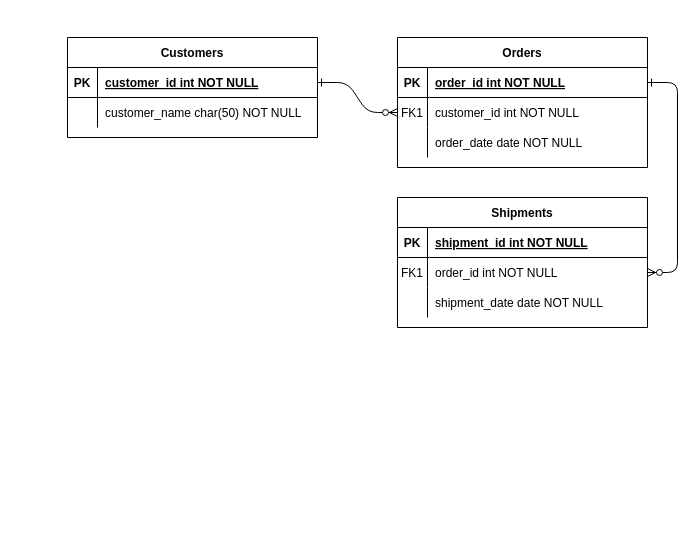
This is Diagrama sem nome.drawio from Leonardo-dSouza/meuprojetogit, a draw.io file, before an edit. Source tidied: cells renumbered, new cells numbered last; positions are measured from the earlier drawing's top-left corner, leaving out a move shared by most shapes. Both pictures are drawn from the tidied source at 100%, with x=0, y=0 at pixel (67, 37).
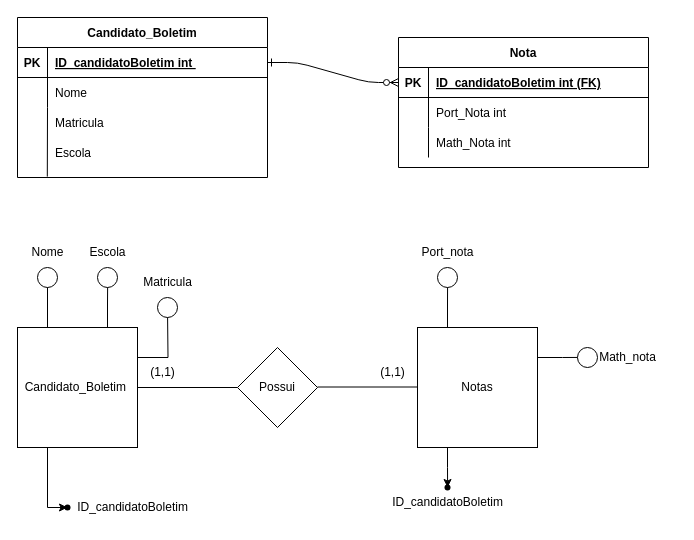
Above is the later version.

Unchanged cells that the change refers to:
```xml
<mxCell id="5" style="shape=partialRectangle;fillColor=none;points=[[0,0.5],[1,0.5]];portConstraint=eastwest;top=0;left=0;right=0;bottom=1;" parent="4" vertex="1">
  <mxGeometry y="30" width="250" height="30" as="geometry" />
</mxCell>
<mxCell id="8" style="shape=partialRectangle;fillColor=none;points=[[0,0.5],[1,0.5]];portConstraint=eastwest;top=0;left=0;right=0;bottom=0;" parent="4" vertex="1">
  <mxGeometry y="60" width="250" height="30" as="geometry" />
</mxCell>
<mxCell id="11" style="shape=partialRectangle;fillColor=none;top=0;left=0;right=0;bottom=0;" parent="4" vertex="1">
  <mxGeometry y="90" width="250" height="30" as="geometry" />
</mxCell>
<mxCell id="25" style="shape=partialRectangle;fillColor=none;points=[[0,0.5],[1,0.5]];portConstraint=eastwest;top=0;left=0;right=0;bottom=1;" parent="24" vertex="1">
  <mxGeometry y="30" width="250" height="30" as="geometry" />
</mxCell>
<mxCell id="28" style="shape=partialRectangle;fillColor=none;top=0;left=0;right=0;bottom=0;" parent="24" vertex="1">
  <mxGeometry y="60" width="250" height="30" as="geometry" />
</mxCell>
```

What changed in the source:
```diff
@@
-    <mxCell id="2" style="edgeStyle=entityRelationEdgeStyle;endArrow=ERzeroToMany;startArrow=ERone;endFill=1;startFill=0;" parent="1" edge="1" source="25" target="8">
+    <mxCell id="2" style="edgeStyle=entityRelationEdgeStyle;endArrow=ERzeroToMany;startArrow=ERone;endFill=1;startFill=0;entryX=0;entryY=0.5;entryDx=0;entryDy=0;exitX=1;exitY=0.5;exitDx=0;exitDy=0;" parent="1" edge="1" source="25" target="5">
       <mxGeometry relative="1" as="geometry" />
     </mxCell>
-    <mxCell id="3" style="edgeStyle=entityRelationEdgeStyle;endArrow=ERzeroToMany;startArrow=ERone;endFill=1;startFill=0;" parent="1" edge="1" source="5" target="18">
-      <mxGeometry relative="1" as="geometry" />
-    </mxCell>
-    <mxCell id="4" value="Orders" style="shape=table;startSize=30;childLayout=tableLayout;rowLines=0;fontStyle=1;align=center;" parent="1" vertex="1">
-      <mxGeometry x="330" width="250" height="130" as="geometry" />
+    <mxCell id="4" value="Nota" style="shape=table;startSize=30;childLayout=tableLayout;rowLines=0;fontStyle=1;align=center;" parent="1" vertex="1">
+      <mxGeometry x="331" width="250" height="130" as="geometry" />
     </mxCell>
@@
-    <mxCell id="7" value="order_id int NOT NULL " style="shape=partialRectangle;overflow=hidden;fillColor=none;top=0;left=0;bottom=0;right=0;align=left;spacingLeft=6;fontStyle=5;" parent="5" vertex="1">
+    <mxCell id="7" value="ID_candidatoBoletim int (FK)" style="shape=partialRectangle;overflow=hidden;fillColor=none;top=0;left=0;bottom=0;right=0;align=left;spacingLeft=6;fontStyle=5;" parent="5" vertex="1">
       <mxGeometry x="30" width="220" height="30" as="geometry" />
     </mxCell>
@@
-    <mxCell id="9" value="FK1" style="shape=partialRectangle;overflow=hidden;fillColor=none;top=0;left=0;bottom=0;right=0;" parent="8" vertex="1">
+    <mxCell id="9" style="shape=partialRectangle;overflow=hidden;fillColor=none;top=0;left=0;bottom=0;right=0;" parent="8" vertex="1">
       <mxGeometry width="30" height="30" as="geometry" />
     </mxCell>
-    <mxCell id="10" value="customer_id int NOT NULL" style="shape=partialRectangle;overflow=hidden;fillColor=none;top=0;left=0;bottom=0;right=0;align=left;spacingLeft=6;" parent="8" vertex="1">
+    <mxCell id="10" value="Port_Nota int" style="shape=partialRectangle;overflow=hidden;fillColor=none;top=0;left=0;bottom=0;right=0;align=left;spacingLeft=6;" parent="8" vertex="1">
       <mxGeometry x="30" width="220" height="30" as="geometry" />
     </mxCell>
@@
-    <mxCell id="13" value="order_date date NOT NULL" style="shape=partialRectangle;overflow=hidden;fillColor=none;top=0;left=0;bottom=0;right=0;align=left;spacingLeft=6;" parent="11" vertex="1">
+    <mxCell id="13" value="Math_Nota int " style="shape=partialRectangle;overflow=hidden;fillColor=none;top=0;left=0;bottom=0;right=0;align=left;spacingLeft=6;" parent="11" vertex="1">
       <mxGeometry x="30" width="220" height="30" as="geometry" />
     </mxCell>
-    <mxCell id="14" value="Shipments" style="shape=table;startSize=30;childLayout=tableLayout;rowLines=0;fontStyle=1;align=center;" parent="1" vertex="1">
-      <mxGeometry x="330" y="160" width="250" height="130" as="geometry" />
-    </mxCell>
-    <mxCell id="15" style="shape=partialRectangle;fillColor=none;top=0;left=0;right=0;bottom=1;" parent="14" vertex="1">
-      <mxGeometry y="30" width="250" height="30" as="geometry" />
-    </mxCell>
-    <mxCell id="16" value="PK" style="shape=partialRectangle;overflow=hidden;fillColor=none;top=0;left=0;bottom=0;right=0;fontStyle=1;" parent="15" vertex="1">
-      <mxGeometry width="30" height="30" as="geometry" />
-    </mxCell>
-    <mxCell id="17" value="shipment_id int NOT NULL " style="shape=partialRectangle;overflow=hidden;fillColor=none;top=0;left=0;bottom=0;right=0;align=left;spacingLeft=6;fontStyle=5;" parent="15" vertex="1">
-      <mxGeometry x="30" width="220" height="30" as="geometry" />
-    </mxCell>
-    <mxCell id="18" style="shape=partialRectangle;fillColor=none;points=[[0,0.5],[1,0.5]];portConstraint=eastwest;top=0;left=0;right=0;bottom=0;" parent="14" vertex="1">
-      <mxGeometry y="60" width="250" height="30" as="geometry" />
-    </mxCell>
-    <mxCell id="19" value="FK1" style="shape=partialRectangle;overflow=hidden;fillColor=none;top=0;left=0;bottom=0;right=0;" parent="18" vertex="1">
-      <mxGeometry width="30" height="30" as="geometry" />
-    </mxCell>
-    <mxCell id="20" value="order_id int NOT NULL" style="shape=partialRectangle;overflow=hidden;fillColor=none;top=0;left=0;bottom=0;right=0;align=left;spacingLeft=6;" parent="18" vertex="1">
-      <mxGeometry x="30" width="220" height="30" as="geometry" />
-    </mxCell>
-    <mxCell id="21" style="shape=partialRectangle;fillColor=none;top=0;left=0;right=0;bottom=0;" parent="14" vertex="1">
-      <mxGeometry y="90" width="250" height="30" as="geometry" />
-    </mxCell>
-    <mxCell id="22" style="shape=partialRectangle;overflow=hidden;fillColor=none;top=0;left=0;bottom=0;right=0;" parent="21" vertex="1">
-      <mxGeometry width="30" height="30" as="geometry" />
-    </mxCell>
-    <mxCell id="23" value="shipment_date date NOT NULL" style="shape=partialRectangle;overflow=hidden;fillColor=none;top=0;left=0;bottom=0;right=0;align=left;spacingLeft=6;" parent="21" vertex="1">
-      <mxGeometry x="30" width="220" height="30" as="geometry" />
-    </mxCell>
-    <mxCell id="24" value="Customers" style="shape=table;startSize=30;childLayout=tableLayout;rowLines=0;fontStyle=1;align=center;" parent="1" vertex="1">
-      <mxGeometry width="250" height="100" as="geometry" />
+    <mxCell id="24" value="Candidato_Boletim" style="shape=table;startSize=30;childLayout=tableLayout;rowLines=0;fontStyle=1;align=center;" parent="1" vertex="1">
+      <mxGeometry x="-50" y="-20" width="250" height="160" as="geometry" />
     </mxCell>
@@
-    <mxCell id="27" value="customer_id int NOT NULL " style="shape=partialRectangle;overflow=hidden;fillColor=none;top=0;left=0;bottom=0;right=0;align=left;spacingLeft=6;fontStyle=5;" parent="25" vertex="1">
+    <mxCell id="27" value="ID_candidatoBoletim int " style="shape=partialRectangle;overflow=hidden;fillColor=none;top=0;left=0;bottom=0;right=0;align=left;spacingLeft=6;fontStyle=5;" parent="25" vertex="1">
       <mxGeometry x="30" width="220" height="30" as="geometry" />
     </mxCell>
@@
-    <mxCell id="30" value="customer_name char(50) NOT NULL" style="shape=partialRectangle;overflow=hidden;fillColor=none;top=0;left=0;bottom=0;right=0;align=left;spacingLeft=6;" parent="28" vertex="1">
+    <mxCell id="30" value="Nome " style="shape=partialRectangle;overflow=hidden;fillColor=none;top=0;left=0;bottom=0;right=0;align=left;spacingLeft=6;" parent="28" vertex="1">
       <mxGeometry x="30" width="220" height="30" as="geometry" />
     </mxCell>
+    <mxCell id="31" style="edgeStyle=orthogonalEdgeStyle;rounded=0;jettySize=auto;html=1;exitX=0.25;exitY=0;exitDx=0;exitDy=0;" parent="1" edge="1" source="35">
+      <mxGeometry relative="1" as="geometry">
+        <mxPoint x="-20" y="240" as="targetPoint" />
+      </mxGeometry>
+    </mxCell>
+    <mxCell id="32" style="edgeStyle=orthogonalEdgeStyle;rounded=0;jettySize=auto;html=1;exitX=0.25;exitY=1;exitDx=0;exitDy=0;" parent="1" edge="1" source="35">
+      <mxGeometry relative="1" as="geometry">
+        <mxPoint y="470" as="targetPoint" />
+        <Array as="points">
+          <mxPoint x="-20" y="470" />
+        </Array>
+      </mxGeometry>
+    </mxCell>
+    <mxCell id="33" style="edgeStyle=orthogonalEdgeStyle;rounded=0;jettySize=auto;html=1;exitX=0.75;exitY=0;exitDx=0;exitDy=0;" parent="1" edge="1" source="35">
+      <mxGeometry relative="1" as="geometry">
+        <mxPoint x="40.2" y="240" as="targetPoint" />
+      </mxGeometry>
+    </mxCell>
+    <mxCell id="34" style="edgeStyle=orthogonalEdgeStyle;rounded=0;jettySize=auto;html=1;exitX=1;exitY=0.25;exitDx=0;exitDy=0;" parent="1" edge="1" source="35">
+      <mxGeometry relative="1" as="geometry">
+        <mxPoint x="100" y="270" as="targetPoint" />
+      </mxGeometry>
+    </mxCell>
+    <mxCell id="35" value="Candidato_Boletim&amp;nbsp;" style="whiteSpace=wrap;html=1;" parent="1" vertex="1">
+      <mxGeometry x="-50" y="290" width="120" height="120" as="geometry" />
+    </mxCell>
+    <mxCell id="36" value="Possui" style="rhombus;whiteSpace=wrap;html=1;" parent="1" vertex="1">
+      <mxGeometry x="170" y="310" width="80" height="80" as="geometry" />
+    </mxCell>
+    <mxCell id="37" style="edgeStyle=orthogonalEdgeStyle;rounded=0;jettySize=auto;html=1;exitX=0.25;exitY=0;exitDx=0;exitDy=0;" parent="1" edge="1" source="40">
+      <mxGeometry relative="1" as="geometry">
+        <mxPoint x="380.1" y="240" as="targetPoint" />
+      </mxGeometry>
+    </mxCell>
+    <mxCell id="38" style="edgeStyle=orthogonalEdgeStyle;rounded=0;jettySize=auto;html=1;exitX=1;exitY=0.25;exitDx=0;exitDy=0;" parent="1" edge="1" source="40">
+      <mxGeometry relative="1" as="geometry">
+        <mxPoint x="520" y="319.9" as="targetPoint" />
+      </mxGeometry>
+    </mxCell>
+    <mxCell id="39" style="edgeStyle=orthogonalEdgeStyle;rounded=0;jettySize=auto;html=1;exitX=0.25;exitY=1;exitDx=0;exitDy=0;" parent="1" edge="1" source="40">
+      <mxGeometry relative="1" as="geometry">
+        <mxPoint x="380.1" y="450" as="targetPoint" />
+      </mxGeometry>
+    </mxCell>
+    <mxCell id="40" value="Notas" style="whiteSpace=wrap;html=1;" parent="1" vertex="1">
+      <mxGeometry x="350" y="290" width="120" height="120" as="geometry" />
+    </mxCell>
+    <mxCell id="41" style="endArrow=none;html=1;rounded=0;exitX=1;exitY=0.5;exitDx=0;exitDy=0;entryX=0;entryY=0.5;entryDx=0;entryDy=0;" parent="1" edge="1" source="35" target="36">
+      <mxGeometry relative="1" as="geometry" />
+    </mxCell>
+    <mxCell id="42" style="endArrow=none;html=1;rounded=0;exitX=1;exitY=0.5;exitDx=0;exitDy=0;entryX=0;entryY=0.5;entryDx=0;entryDy=0;" parent="1" edge="1">
+      <mxGeometry relative="1" as="geometry">
+        <mxPoint x="250" y="349.5" as="sourcePoint" />
+        <mxPoint x="350" y="349.5" as="targetPoint" />
+      </mxGeometry>
+    </mxCell>
+    <mxCell id="43" value="(1,1)" style="text;html=1;align=center;verticalAlign=middle;strokeColor=none;fillColor=none;" parent="1" vertex="1">
+      <mxGeometry x="70" y="320" width="50" height="30" as="geometry" />
+    </mxCell>
+    <mxCell id="44" value="(1,1)" style="text;html=1;align=center;verticalAlign=middle;strokeColor=none;fillColor=none;" parent="1" vertex="1">
+      <mxGeometry x="300" y="320" width="50" height="30" as="geometry" />
+    </mxCell>
+    <mxCell id="45" style="ellipse;whiteSpace=wrap;html=1;" parent="1" vertex="1">
+      <mxGeometry x="-30" y="230" width="20" height="20" as="geometry" />
+    </mxCell>
+    <mxCell id="46" value="Nome" style="text;html=1;align=center;verticalAlign=middle;strokeColor=none;fillColor=none;" parent="1" vertex="1">
+      <mxGeometry x="-50" y="200" width="60" height="30" as="geometry" />
+    </mxCell>
+    <mxCell id="47" style="shape=waypoint;sketch=0;fillStyle=solid;size=6;fillColor=none;perimeter=centerPerimeter;" parent="1" vertex="1">
+      <mxGeometry x="-10" y="460" width="20" height="20" as="geometry" />
+    </mxCell>
+    <mxCell id="48" value="ID_candidatoBoletim" style="text;html=1;align=center;verticalAlign=middle;strokeColor=none;fillColor=none;" parent="1" vertex="1">
+      <mxGeometry y="455" width="130" height="30" as="geometry" />
+    </mxCell>
+    <mxCell id="49" style="ellipse;whiteSpace=wrap;html=1;" parent="1" vertex="1">
+      <mxGeometry x="370" y="230" width="20" height="20" as="geometry" />
+    </mxCell>
+    <mxCell id="50" value="Port_nota" style="text;html=1;align=center;verticalAlign=middle;strokeColor=none;fillColor=none;" parent="1" vertex="1">
+      <mxGeometry x="340" y="200" width="80" height="30" as="geometry" />
+    </mxCell>
+    <mxCell id="51" style="ellipse;whiteSpace=wrap;html=1;" parent="1" vertex="1">
+      <mxGeometry x="510" y="310" width="20" height="20" as="geometry" />
+    </mxCell>
+    <mxCell id="52" value="Math_nota" style="text;html=1;align=center;verticalAlign=middle;strokeColor=none;fillColor=none;" parent="1" vertex="1">
+      <mxGeometry x="520" y="305" width="80" height="30" as="geometry" />
+    </mxCell>
+    <mxCell id="53" style="shape=waypoint;sketch=0;fillStyle=solid;size=6;fillColor=none;perimeter=centerPerimeter;" parent="1" vertex="1">
+      <mxGeometry x="370" y="440" width="20" height="20" as="geometry" />
+    </mxCell>
+    <mxCell id="54" value="ID_candidatoBoletim" style="text;html=1;align=center;verticalAlign=middle;strokeColor=none;fillColor=none;" parent="1" vertex="1">
+      <mxGeometry x="315" y="450" width="130" height="30" as="geometry" />
+    </mxCell>
+    <mxCell id="55" value="Matricula " style="shape=partialRectangle;overflow=hidden;fillColor=none;top=0;left=0;bottom=0;right=0;align=left;spacingLeft=6;" parent="1" vertex="1">
+      <mxGeometry x="-20" y="70" width="220" height="30" as="geometry" />
+    </mxCell>
+    <mxCell id="56" value="Escola " style="shape=partialRectangle;overflow=hidden;fillColor=none;top=0;left=0;bottom=0;right=0;align=left;spacingLeft=6;" parent="1" vertex="1">
+      <mxGeometry x="-20" y="100" width="220" height="30" as="geometry" />
+    </mxCell>
+    <mxCell id="57" style="endArrow=none;html=1;rounded=0;entryX=0.121;entryY=1.031;entryDx=0;entryDy=0;entryPerimeter=0;" parent="1" edge="1">
+      <mxGeometry relative="1" as="geometry">
+        <mxPoint x="-20.2" y="139.1" as="sourcePoint" />
+        <mxPoint x="-20" y="70" as="targetPoint" />
+      </mxGeometry>
+    </mxCell>
+    <mxCell id="58" style="ellipse;whiteSpace=wrap;html=1;" parent="1" vertex="1">
+      <mxGeometry x="30" y="230" width="20" height="20" as="geometry" />
+    </mxCell>
+    <mxCell id="59" value="Escola" style="text;html=1;align=center;verticalAlign=middle;strokeColor=none;fillColor=none;" parent="1" vertex="1">
+      <mxGeometry x="10" y="200" width="60" height="30" as="geometry" />
+    </mxCell>
+    <mxCell id="60" style="ellipse;whiteSpace=wrap;html=1;" parent="1" vertex="1">
+      <mxGeometry x="90" y="260" width="20" height="20" as="geometry" />
+    </mxCell>
+    <mxCell id="61" value="Matricula" style="text;html=1;align=center;verticalAlign=middle;strokeColor=none;fillColor=none;" parent="1" vertex="1">
+      <mxGeometry x="65" y="230" width="70" height="30" as="geometry" />
+    </mxCell>
```
